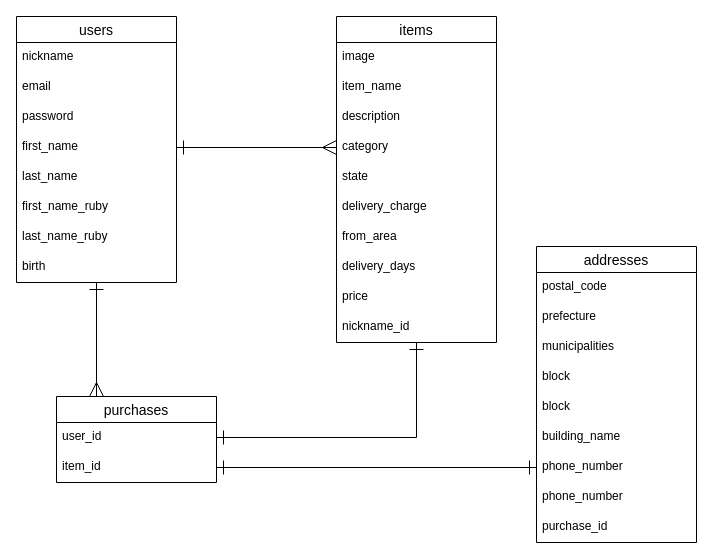
Earlier version of the draw.io diagram furima.dio (yusuke3002/furima-33529). Source tidied: cells renumbered, new cells numbered last; positions are measured from the earlier drawing's top-left corner, leaving out a move shared by most shapes. Both pictures are drawn from the tidied source at 100%, with x=0, y=0 at pixel (16, 16).
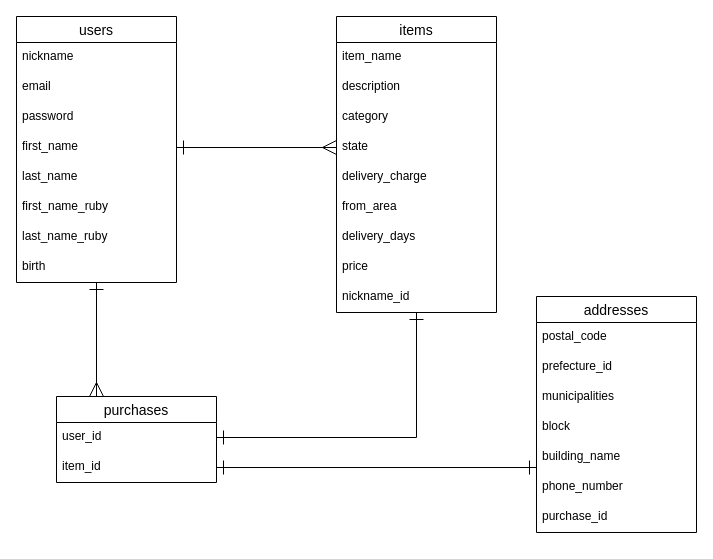
After the change.

Unchanged cells that the change refers to:
```xml
<mxCell id="7" value="first_name" style="text;strokeColor=none;fillColor=none;spacingLeft=4;spacingRight=4;overflow=hidden;points=[[0,0.5],[1,0.5]];portConstraint=eastwest;fontSize=12;" parent="3" vertex="1">
  <mxGeometry y="116" width="160" height="30" as="geometry" />
</mxCell>
```

Diff of the diagram source:
```diff
@@
     <mxCell id="12" value="items" style="swimlane;fontStyle=0;horizontal=1;startSize=26;align=center;fontSize=14;" parent="1" vertex="1">
-      <mxGeometry x="320" width="160" height="326" as="geometry" />
+      <mxGeometry x="320" width="160" height="296" as="geometry" />
     </mxCell>
-    <mxCell id="13" value="image" style="text;strokeColor=none;fillColor=none;spacingLeft=4;spacingRight=4;overflow=hidden;fontSize=12;" parent="12" vertex="1">
-      <mxGeometry y="26" width="160" height="30" as="geometry" />
-    </mxCell>
     <mxCell id="14" value="item_name" style="text;strokeColor=none;fillColor=none;spacingLeft=4;spacingRight=4;overflow=hidden;fontSize=12;" parent="12" vertex="1">
-      <mxGeometry y="56" width="160" height="30" as="geometry" />
+      <mxGeometry y="26" width="160" height="30" as="geometry" />
     </mxCell>
     <mxCell id="15" value="description" style="text;strokeColor=none;fillColor=none;spacingLeft=4;spacingRight=4;overflow=hidden;fontSize=12;" parent="12" vertex="1">
-      <mxGeometry y="86" width="160" height="30" as="geometry" />
+      <mxGeometry y="56" width="160" height="30" as="geometry" />
     </mxCell>
     <mxCell id="16" value="category" style="text;strokeColor=none;fillColor=none;spacingLeft=4;spacingRight=4;overflow=hidden;points=[[0,0.5],[1,0.5]];portConstraint=eastwest;fontSize=12;" parent="12" vertex="1">
-      <mxGeometry y="116" width="160" height="30" as="geometry" />
+      <mxGeometry y="86" width="160" height="30" as="geometry" />
     </mxCell>
     <mxCell id="17" value="state" style="text;strokeColor=none;fillColor=none;spacingLeft=4;spacingRight=4;overflow=hidden;points=[[0,0.5],[1,0.5]];portConstraint=eastwest;fontSize=12;" parent="12" vertex="1">
-      <mxGeometry y="146" width="160" height="30" as="geometry" />
+      <mxGeometry y="116" width="160" height="30" as="geometry" />
     </mxCell>
     <mxCell id="18" value="delivery_charge" style="text;strokeColor=none;fillColor=none;spacingLeft=4;spacingRight=4;overflow=hidden;fontSize=12;" parent="12" vertex="1">
-      <mxGeometry y="176" width="160" height="30" as="geometry" />
+      <mxGeometry y="146" width="160" height="30" as="geometry" />
     </mxCell>
     <mxCell id="19" value="from_area" style="text;strokeColor=none;fillColor=none;spacingLeft=4;spacingRight=4;overflow=hidden;fontSize=12;" parent="12" vertex="1">
-      <mxGeometry y="206" width="160" height="30" as="geometry" />
+      <mxGeometry y="176" width="160" height="30" as="geometry" />
     </mxCell>
     <mxCell id="20" value="delivery_days" style="text;strokeColor=none;fillColor=none;spacingLeft=4;spacingRight=4;overflow=hidden;fontSize=12;" parent="12" vertex="1">
-      <mxGeometry y="236" width="160" height="30" as="geometry" />
+      <mxGeometry y="206" width="160" height="30" as="geometry" />
     </mxCell>
     <mxCell id="21" value="price" style="text;strokeColor=none;fillColor=none;spacingLeft=4;spacingRight=4;overflow=hidden;fontSize=12;" parent="12" vertex="1">
-      <mxGeometry y="266" width="160" height="30" as="geometry" />
+      <mxGeometry y="236" width="160" height="30" as="geometry" />
     </mxCell>
     <mxCell id="22" value="nickname_id" style="text;strokeColor=none;fillColor=none;spacingLeft=4;spacingRight=4;overflow=hidden;points=[[0,0.5],[1,0.5]];portConstraint=eastwest;fontSize=12;" parent="12" vertex="1">
-      <mxGeometry y="296" width="160" height="30" as="geometry" />
+      <mxGeometry y="266" width="160" height="30" as="geometry" />
     </mxCell>
@@
     <mxCell id="26" value="addresses" style="swimlane;fontStyle=0;horizontal=1;startSize=26;align=center;fontSize=14;" parent="1" vertex="1">
-      <mxGeometry x="520" y="230" width="160" height="296" as="geometry" />
+      <mxGeometry x="520" y="280" width="160" height="236" as="geometry" />
     </mxCell>
@@
-    <mxCell id="28" value="prefecture" style="text;strokeColor=none;fillColor=none;spacingLeft=4;spacingRight=4;overflow=hidden;fontSize=12;" parent="26" vertex="1">
+    <mxCell id="28" value="prefecture_id" style="text;strokeColor=none;fillColor=none;spacingLeft=4;spacingRight=4;overflow=hidden;fontSize=12;" parent="26" vertex="1">
       <mxGeometry y="56" width="160" height="30" as="geometry" />
     </mxCell>
@@
-    <mxCell id="30" value="block" style="text;strokeColor=none;fillColor=none;spacingLeft=4;spacingRight=4;overflow=hidden;fontSize=12;" parent="26" vertex="1">
-      <mxGeometry y="116" width="160" height="30" as="geometry" />
-    </mxCell>
     <mxCell id="31" value="block" style="text;strokeColor=none;fillColor=none;spacingLeft=4;spacingRight=4;overflow=hidden;fontSize=12;" parent="26" vertex="1">
-      <mxGeometry y="146" width="160" height="30" as="geometry" />
+      <mxGeometry y="116" width="160" height="30" as="geometry" />
     </mxCell>
     <mxCell id="32" value="building_name" style="text;strokeColor=none;fillColor=none;spacingLeft=4;spacingRight=4;overflow=hidden;fontSize=12;" parent="26" vertex="1">
-      <mxGeometry y="176" width="160" height="30" as="geometry" />
+      <mxGeometry y="146" width="160" height="30" as="geometry" />
     </mxCell>
     <mxCell id="33" value="phone_number" style="text;strokeColor=none;fillColor=none;spacingLeft=4;spacingRight=4;overflow=hidden;fontSize=12;" parent="26" vertex="1">
-      <mxGeometry y="206" width="160" height="30" as="geometry" />
+      <mxGeometry y="176" width="160" height="30" as="geometry" />
     </mxCell>
-    <mxCell id="34" value="phone_number" style="text;strokeColor=none;fillColor=none;spacingLeft=4;spacingRight=4;overflow=hidden;fontSize=12;" parent="26" vertex="1">
-      <mxGeometry y="236" width="160" height="30" as="geometry" />
-    </mxCell>
     <mxCell id="35" value="purchase_id" style="text;strokeColor=none;fillColor=none;spacingLeft=4;spacingRight=4;overflow=hidden;fontSize=12;" parent="26" vertex="1">
-      <mxGeometry y="266" width="160" height="30" as="geometry" />
+      <mxGeometry y="206" width="160" height="30" as="geometry" />
     </mxCell>
@@
-    <mxCell id="38" style="edgeStyle=orthogonalEdgeStyle;rounded=0;jettySize=auto;html=1;entryX=0;entryY=0.5;entryDx=0;entryDy=0;startArrow=ERone;startFill=0;endArrow=ERmany;endFill=0;strokeWidth=1;endSize=12;startSize=12;" parent="1" edge="1" source="7" target="16">
+    <mxCell id="38" style="edgeStyle=orthogonalEdgeStyle;rounded=0;jettySize=auto;html=1;entryX=0;entryY=0.5;entryDx=0;entryDy=0;startArrow=ERone;startFill=0;endArrow=ERmany;endFill=0;strokeWidth=1;endSize=12;startSize=12;" parent="1" edge="1" source="7" target="17">
       <mxGeometry relative="1" as="geometry" />
     </mxCell>
```
